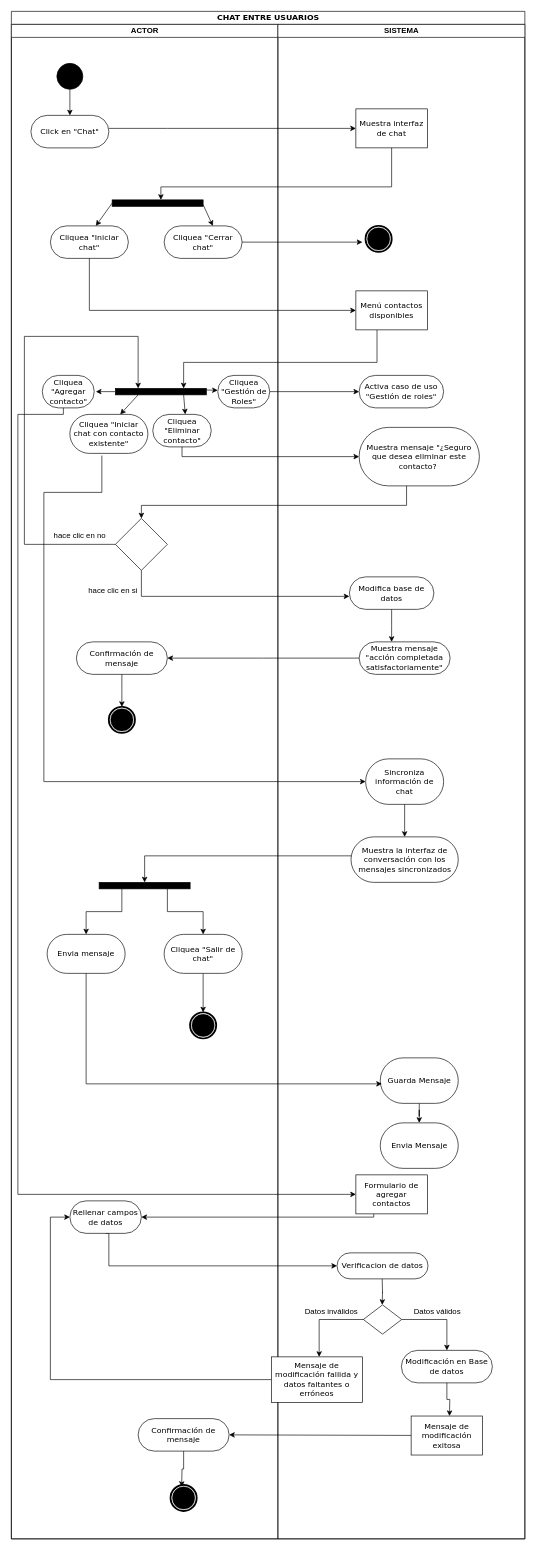
The draw.io diagram MET/Chat ladillita.drawio in NeutronBlast/IS-Ex, before the edit. Source tidied: cells renumbered, new cells numbered last; positions are measured from the earlier drawing's top-left corner, leaving out a move shared by most shapes. Both pictures are drawn from the tidied source at 65%, with x=0, y=0 at pixel (11, 11).
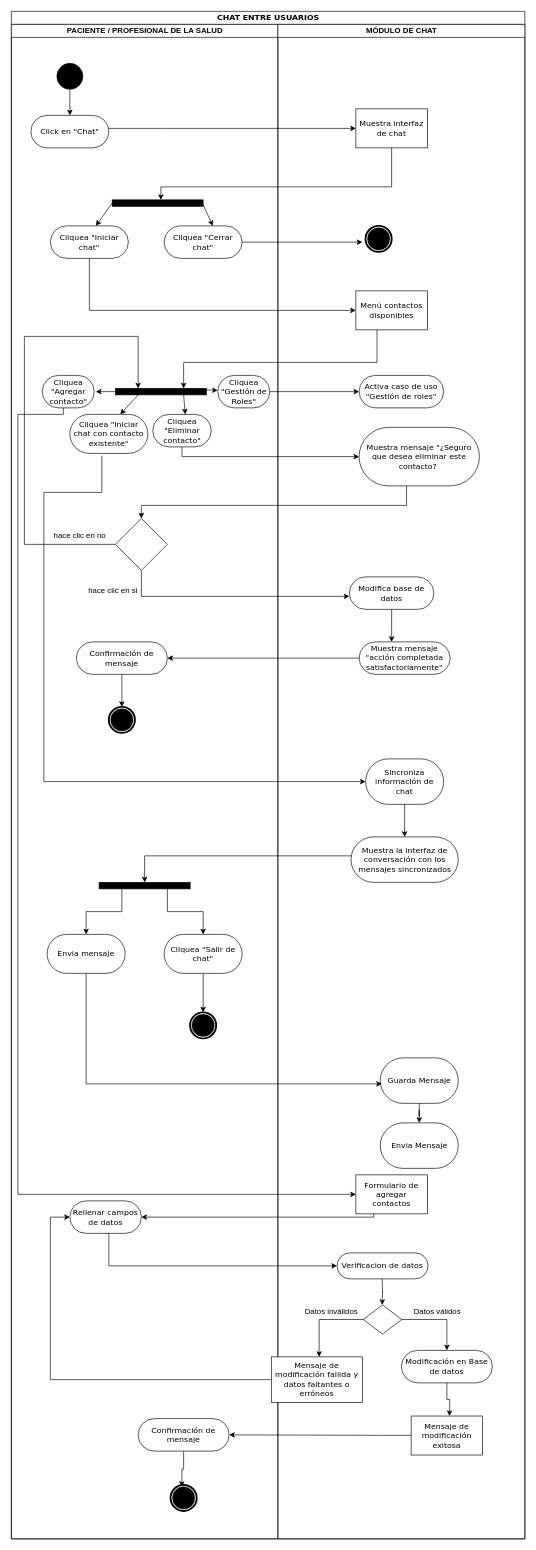
The same diagram, later.

Unchanged cells that the change refers to:
```xml
<mxCell id="2" value="CHAT ENTRE USUARIOS" style="swimlane;html=1;startSize=20;rounded=0;shadow=0;comic=0;labelBackgroundColor=none;strokeWidth=1;fontFamily=Verdana;fontSize=12;align=center;" parent="1" vertex="1">
  <mxGeometry width="790" height="2350" as="geometry" />
</mxCell>
```

What changed in the source:
```diff
@@
-    <mxCell id="4" value="ACTOR" style="swimlane;html=1;startSize=20;" parent="2" vertex="1">
+    <mxCell id="4" value="PACIENTE / PROFESIONAL DE LA SALUD" style="swimlane;html=1;startSize=20;" parent="2" vertex="1">
       <mxGeometry y="20" width="410" height="2330" as="geometry" />
     </mxCell>
@@
-    <mxCell id="33" value="SISTEMA" style="swimlane;html=1;startSize=20;" parent="2" vertex="1">
+    <mxCell id="33" value="MÓDULO DE CHAT" style="swimlane;html=1;startSize=20;" parent="2" vertex="1">
       <mxGeometry x="410" y="20" width="380" height="2330" as="geometry" />
     </mxCell>
```
